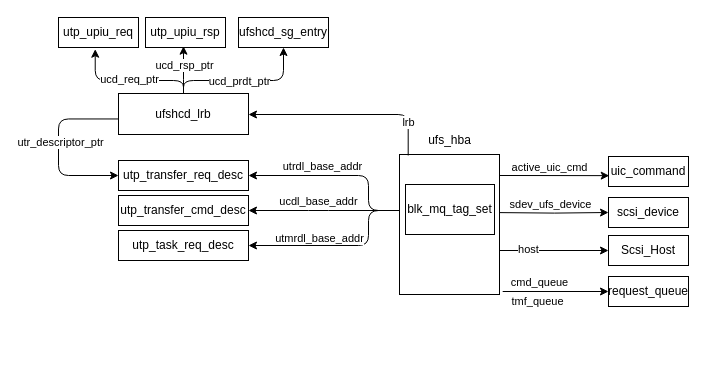
This is ufs.drawio from jasonactions/graph, a draw.io file, before an edit. Source tidied: cells renumbered, new cells numbered last; positions are measured from the earlier drawing's top-left corner, leaving out a move shared by most shapes. Both pictures are drawn from the tidied source at 100%, with x=0, y=0 at pixel (58, 17).
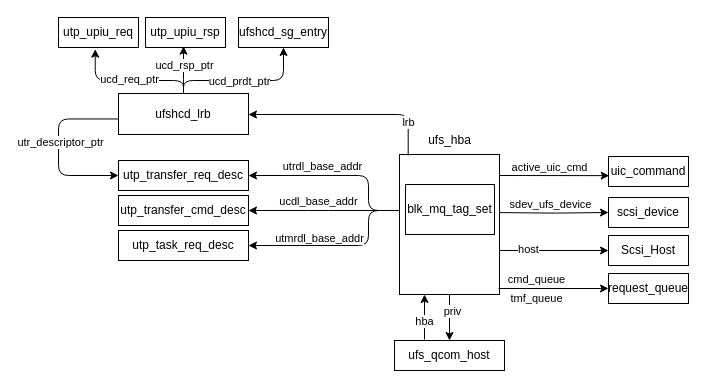
The same page after the edit.

The change refers to these unchanged cells:
```xml
<mxCell id="4" style="rounded=0;whiteSpace=wrap;html=1;" parent="1" vertex="1">
  <mxGeometry x="341" y="137" width="100" height="140" as="geometry" />
</mxCell>
```

The edit, as a diff of the source:
```diff
@@
     <mxCell id="17" value="request_queue" style="rounded=0;whiteSpace=wrap;html=1;" parent="1" vertex="1">
-      <mxGeometry x="550" y="259" width="80" height="30" as="geometry" />
+      <mxGeometry x="550" y="256" width="80" height="30" as="geometry" />
     </mxCell>
-    <mxCell id="18" style="endArrow=classic;html=1;exitX=1.032;exitY=0.893;exitDx=0;exitDy=0;exitPerimeter=0;" parent="1" edge="1" target="17">
+    <mxCell id="18" style="endArrow=classic;html=1;" parent="1" edge="1" target="17">
       <mxGeometry relative="1" as="geometry">
-        <mxPoint x="444.2" y="274" as="sourcePoint" />
+        <mxPoint x="440" y="271" as="sourcePoint" />
       </mxGeometry>
     </mxCell>
@@
+    <mxCell id="41" value="ufs_qcom_host" style="rounded=0;whiteSpace=wrap;html=1;" parent="1" vertex="1">
+      <mxGeometry x="336" y="323" width="110" height="30" as="geometry" />
+    </mxCell>
+    <mxCell id="42" style="endArrow=classic;html=1;exitX=0.5;exitY=1;exitDx=0;exitDy=0;" parent="1" edge="1" source="4" target="41">
+      <mxGeometry relative="1" as="geometry" />
+    </mxCell>
+    <mxCell id="43" value="priv" style="edgeLabel;html=1;align=center;verticalAlign=middle;" parent="42" vertex="1">
+      <mxGeometry x="-0.3" y="2" relative="1" as="geometry" />
+    </mxCell>
+    <mxCell id="44" style="endArrow=classic;html=1;entryX=0.25;entryY=1;entryDx=0;entryDy=0;" parent="1" edge="1" target="4">
+      <mxGeometry relative="1" as="geometry">
+        <mxPoint x="366" y="322" as="sourcePoint" />
+      </mxGeometry>
+    </mxCell>
+    <mxCell id="45" value="hba" style="edgeLabel;html=1;align=center;verticalAlign=middle;" parent="44" vertex="1">
+      <mxGeometry x="-0.64" relative="1" as="geometry">
+        <mxPoint x="-1" y="-11" as="offset" />
+      </mxGeometry>
+    </mxCell>
```
